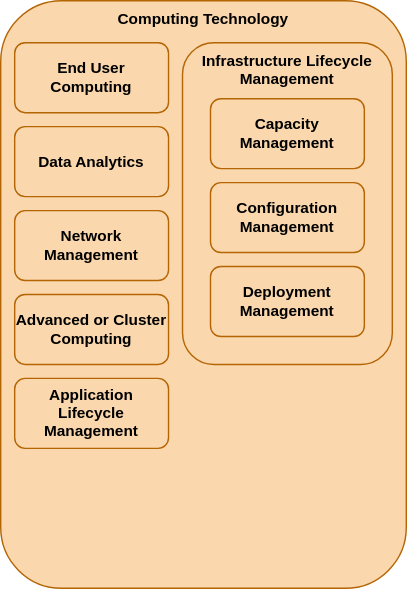
The draw.io diagram docs/images/Capability_Map/computing_technology.drawio.svg in sa-tre/satre-specification, before a commit. Source tidied: cells renumbered, new cells last; positions are measured from the earlier drawing's top-left corner, leaving out a move shared by most shapes. Source of this version:
```xml
<mxGraphModel>
  <root>
    <mxCell id="0" />
    <mxCell id="1" parent="0" />
    <mxCell id="2" value="Computing Technology" style="rounded=1;whiteSpace=wrap;html=1;fillColor=#fad7ac;strokeColor=#b46504;verticalAlign=top;fontSize=11;fontStyle=1;" parent="1" vertex="1">
      <mxGeometry width="290" height="420" as="geometry" />
    </mxCell>
    <mxCell id="3" value="Infrastructure Lifecycle Management&amp;nbsp;" style="rounded=1;whiteSpace=wrap;html=1;fillColor=#fad7ac;strokeColor=#b46504;verticalAlign=top;fontSize=11;fontStyle=1;" parent="1" vertex="1">
      <mxGeometry x="130" y="30" width="150" height="230" as="geometry" />
    </mxCell>
    <mxCell id="4" value="Network Management" style="rounded=1;whiteSpace=wrap;html=1;fillColor=#fad7ac;strokeColor=#b46504;fontSize=11;fontStyle=1;" parent="1" vertex="1">
      <mxGeometry x="10" y="150" width="110" height="50" as="geometry" />
    </mxCell>
    <mxCell id="5" value="Application Lifecycle Management" style="rounded=1;whiteSpace=wrap;html=1;fillColor=#fad7ac;strokeColor=#b46504;fontSize=11;fontStyle=1;" parent="1" vertex="1">
      <mxGeometry x="10" y="270" width="110" height="50" as="geometry" />
    </mxCell>
    <mxCell id="6" value="Data Analytics" style="rounded=1;whiteSpace=wrap;html=1;fillColor=#fad7ac;strokeColor=#b46504;fontSize=11;fontStyle=1;" parent="1" vertex="1">
      <mxGeometry x="10" y="90" width="110" height="50" as="geometry" />
    </mxCell>
    <mxCell id="7" value="Advanced or Cluster Computing" style="rounded=1;whiteSpace=wrap;html=1;fillColor=#fad7ac;strokeColor=#b46504;fontSize=11;fontStyle=1;" parent="1" vertex="1">
      <mxGeometry x="10" y="210" width="110" height="50" as="geometry" />
    </mxCell>
    <mxCell id="8" value="End User Computing" style="rounded=1;whiteSpace=wrap;html=1;fillColor=#fad7ac;strokeColor=#b46504;fontSize=11;fontStyle=1;" parent="1" vertex="1">
      <mxGeometry x="10" y="30" width="110" height="50" as="geometry" />
    </mxCell>
    <mxCell id="9" value="Capacity Management" style="rounded=1;whiteSpace=wrap;html=1;fillColor=#fad7ac;strokeColor=#b46504;fontSize=11;fontStyle=1;" parent="1" vertex="1">
      <mxGeometry x="150" y="70" width="110" height="50" as="geometry" />
    </mxCell>
    <mxCell id="10" value="Deployment Management" style="rounded=1;whiteSpace=wrap;html=1;fillColor=#fad7ac;strokeColor=#b46504;fontSize=11;fontStyle=1;" parent="1" vertex="1">
      <mxGeometry x="150" y="190" width="110" height="50" as="geometry" />
    </mxCell>
    <mxCell id="11" value="Configuration Management" style="rounded=1;whiteSpace=wrap;html=1;fillColor=#fad7ac;strokeColor=#b46504;fontSize=11;fontStyle=1;" parent="1" vertex="1">
      <mxGeometry x="150" y="130" width="110" height="50" as="geometry" />
    </mxCell>
  </root>
</mxGraphModel>
```
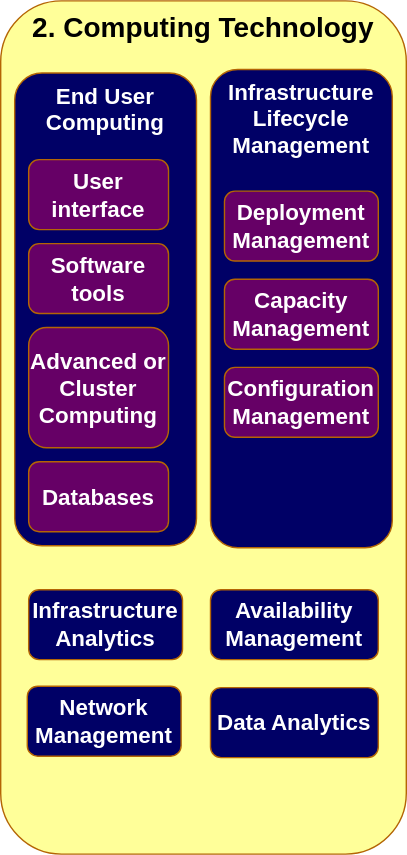
After the commit.

What changed in the source:
```diff
@@ -2,35 +2,47 @@
   <root>
     <mxCell id="0" />
     <mxCell id="1" parent="0" />
-    <mxCell id="2" value="Computing Technology" style="rounded=1;whiteSpace=wrap;html=1;fillColor=#fad7ac;strokeColor=#b46504;verticalAlign=top;fontSize=11;fontStyle=1;" parent="1" vertex="1">
-      <mxGeometry width="290" height="420" as="geometry" />
-    </mxCell>
+    <mxCell id="11" value="&lt;font style=&quot;font-size: 20px;&quot;&gt;2. Computing Technology&lt;/font&gt;" style="rounded=1;whiteSpace=wrap;html=1;fillColor=#FFFF99;strokeColor=#b46504;verticalAlign=top;fontSize=20;fontStyle=1;" parent="1" vertex="1">
+      <mxGeometry x="320" y="-1" width="290" height="610" as="geometry" />
+    </mxCell>
-    <mxCell id="3" value="Infrastructure Lifecycle Management&amp;nbsp;" style="rounded=1;whiteSpace=wrap;html=1;fillColor=#fad7ac;strokeColor=#b46504;verticalAlign=top;fontSize=11;fontStyle=1;" parent="1" vertex="1">
-      <mxGeometry x="130" y="30" width="150" height="230" as="geometry" />
+    <mxCell id="3" value="&lt;font style=&quot;font-size: 16px;&quot;&gt;Infrastructure Lifecycle Management&amp;nbsp;&lt;/font&gt;" style="rounded=1;whiteSpace=wrap;html=1;fillColor=#000066;strokeColor=#b46504;verticalAlign=top;fontSize=16;fontStyle=1;fontColor=#FFFFFF;" parent="1" vertex="1">
+      <mxGeometry x="470" y="48" width="130" height="342" as="geometry" />
     </mxCell>
-    <mxCell id="4" value="Network Management" style="rounded=1;whiteSpace=wrap;html=1;fillColor=#fad7ac;strokeColor=#b46504;fontSize=11;fontStyle=1;" parent="1" vertex="1">
-      <mxGeometry x="10" y="150" width="110" height="50" as="geometry" />
+    <mxCell id="4" value="&lt;font style=&quot;font-size: 16px;&quot;&gt;Network Management&lt;/font&gt;" style="rounded=1;whiteSpace=wrap;html=1;fillColor=#000066;strokeColor=#b46504;fontSize=16;fontStyle=1;fontColor=#FFFFFF;" parent="1" vertex="1">
+      <mxGeometry x="339" y="489" width="110" height="50" as="geometry" />
     </mxCell>
-    <mxCell id="5" value="Application Lifecycle Management" style="rounded=1;whiteSpace=wrap;html=1;fillColor=#fad7ac;strokeColor=#b46504;fontSize=11;fontStyle=1;" parent="1" vertex="1">
-      <mxGeometry x="10" y="270" width="110" height="50" as="geometry" />
-    </mxCell>
-    <mxCell id="6" value="Data Analytics" style="rounded=1;whiteSpace=wrap;html=1;fillColor=#fad7ac;strokeColor=#b46504;fontSize=11;fontStyle=1;" parent="1" vertex="1">
-      <mxGeometry x="10" y="90" width="110" height="50" as="geometry" />
+    <mxCell id="6" value="&lt;font style=&quot;font-size: 16px;&quot;&gt;Data Analytics&lt;/font&gt;" style="rounded=1;whiteSpace=wrap;html=1;fillColor=#000066;strokeColor=#b46504;fontSize=16;fontStyle=1;fontColor=#FFFFFF;" parent="1" vertex="1">
+      <mxGeometry x="470" y="490" width="120" height="50" as="geometry" />
     </mxCell>
+    <mxCell id="8" value="&lt;font style=&quot;font-size: 16px;&quot;&gt;End User Computing&lt;/font&gt;" style="rounded=1;whiteSpace=wrap;html=1;fillColor=#000066;strokeColor=#b46504;fontSize=16;fontStyle=1;verticalAlign=top;fontColor=#FFFFFF;" parent="1" vertex="1">
+      <mxGeometry x="330" y="50.5" width="130" height="338" as="geometry" />
+    </mxCell>
-    <mxCell id="7" value="Advanced or Cluster Computing" style="rounded=1;whiteSpace=wrap;html=1;fillColor=#fad7ac;strokeColor=#b46504;fontSize=11;fontStyle=1;" parent="1" vertex="1">
-      <mxGeometry x="10" y="210" width="110" height="50" as="geometry" />
+    <mxCell id="7" value="&lt;font style=&quot;font-size: 16px;&quot;&gt;Advanced or Cluster Computing&lt;/font&gt;" style="rounded=1;whiteSpace=wrap;html=1;fillColor=#660066;strokeColor=#b46504;fontSize=16;fontStyle=1;fontColor=#FFFFFF;labelBorderColor=none;" parent="1" vertex="1">
+      <mxGeometry x="340" y="232.5" width="100" height="86" as="geometry" />
     </mxCell>
-    <mxCell id="8" value="End User Computing" style="rounded=1;whiteSpace=wrap;html=1;fillColor=#fad7ac;strokeColor=#b46504;fontSize=11;fontStyle=1;" parent="1" vertex="1">
-      <mxGeometry x="10" y="30" width="110" height="50" as="geometry" />
-    </mxCell>
-    <mxCell id="9" value="Capacity Management" style="rounded=1;whiteSpace=wrap;html=1;fillColor=#fad7ac;strokeColor=#b46504;fontSize=11;fontStyle=1;" parent="1" vertex="1">
-      <mxGeometry x="150" y="70" width="110" height="50" as="geometry" />
+    <mxCell id="9" value="&lt;font style=&quot;font-size: 16px;&quot;&gt;Capacity Management&lt;/font&gt;" style="rounded=1;whiteSpace=wrap;html=1;fillColor=#660066;strokeColor=#b46504;fontSize=16;fontStyle=1;fontColor=#FFFFFF;labelBorderColor=none;" parent="1" vertex="1">
+      <mxGeometry x="480" y="198" width="110" height="50" as="geometry" />
     </mxCell>
-    <mxCell id="10" value="Deployment Management" style="rounded=1;whiteSpace=wrap;html=1;fillColor=#fad7ac;strokeColor=#b46504;fontSize=11;fontStyle=1;" parent="1" vertex="1">
-      <mxGeometry x="150" y="190" width="110" height="50" as="geometry" />
+    <mxCell id="10" value="&lt;font style=&quot;font-size: 16px;&quot;&gt;Deployment Management&lt;/font&gt;" style="rounded=1;whiteSpace=wrap;html=1;fillColor=#660066;strokeColor=#b46504;fontSize=16;fontStyle=1;fontColor=#FFFFFF;labelBorderColor=none;" parent="1" vertex="1">
+      <mxGeometry x="480" y="135" width="110" height="50" as="geometry" />
     </mxCell>
-    <mxCell id="11" value="Configuration Management" style="rounded=1;whiteSpace=wrap;html=1;fillColor=#fad7ac;strokeColor=#b46504;fontSize=11;fontStyle=1;" parent="1" vertex="1">
-      <mxGeometry x="150" y="130" width="110" height="50" as="geometry" />
-    </mxCell>
+    <mxCell id="12" value="&lt;font style=&quot;font-size: 16px;&quot;&gt;Configuration Management&lt;/font&gt;" style="rounded=1;whiteSpace=wrap;html=1;fillColor=#660066;strokeColor=#b46504;fontSize=16;fontStyle=1;fontColor=#FFFFFF;labelBorderColor=none;" parent="1" vertex="1">
+      <mxGeometry x="480" y="261" width="110" height="50" as="geometry" />
+    </mxCell>
+    <mxCell id="13" value="&lt;font style=&quot;font-size: 16px;&quot;&gt;User interface&lt;/font&gt;" style="rounded=1;whiteSpace=wrap;html=1;fillColor=#660066;strokeColor=#b46504;fontSize=16;fontStyle=1;fontColor=#FFFFFF;labelBorderColor=none;" parent="1" vertex="1">
+      <mxGeometry x="340" y="112.5" width="100" height="50" as="geometry" />
+    </mxCell>
+    <mxCell id="14" value="&lt;font style=&quot;font-size: 16px;&quot;&gt;Software tools&lt;/font&gt;" style="rounded=1;whiteSpace=wrap;html=1;fillColor=#660066;strokeColor=#b46504;fontSize=16;fontStyle=1;fontColor=#FFFFFF;labelBorderColor=none;" parent="1" vertex="1">
+      <mxGeometry x="340" y="172.5" width="100" height="50" as="geometry" />
+    </mxCell>
+    <mxCell id="15" value="&lt;font style=&quot;font-size: 16px;&quot;&gt;Databases&lt;/font&gt;" style="rounded=1;whiteSpace=wrap;html=1;fillColor=#660066;strokeColor=#b46504;fontSize=16;fontStyle=1;fontColor=#FFFFFF;labelBorderColor=none;" parent="1" vertex="1">
+      <mxGeometry x="340" y="328.5" width="100" height="50" as="geometry" />
+    </mxCell>
+    <mxCell id="16" value="&lt;font style=&quot;font-size: 16px;&quot;&gt;Infrastructure Analytics&lt;/font&gt;" style="rounded=1;whiteSpace=wrap;html=1;fillColor=#000066;strokeColor=#b46504;fontSize=16;fontStyle=1;fontColor=#FFFFFF;" parent="1" vertex="1">
+      <mxGeometry x="340" y="420" width="110" height="50" as="geometry" />
+    </mxCell>
+    <mxCell id="17" value="&lt;font style=&quot;font-size: 16px;&quot;&gt;Availability Management&lt;/font&gt;" style="rounded=1;whiteSpace=wrap;html=1;fillColor=#000066;strokeColor=#b46504;fontSize=16;fontStyle=1;fontColor=#FFFFFF;" parent="1" vertex="1">
+      <mxGeometry x="470" y="420" width="120" height="50" as="geometry" />
+    </mxCell>
   </root>
 </mxGraphModel>
```
